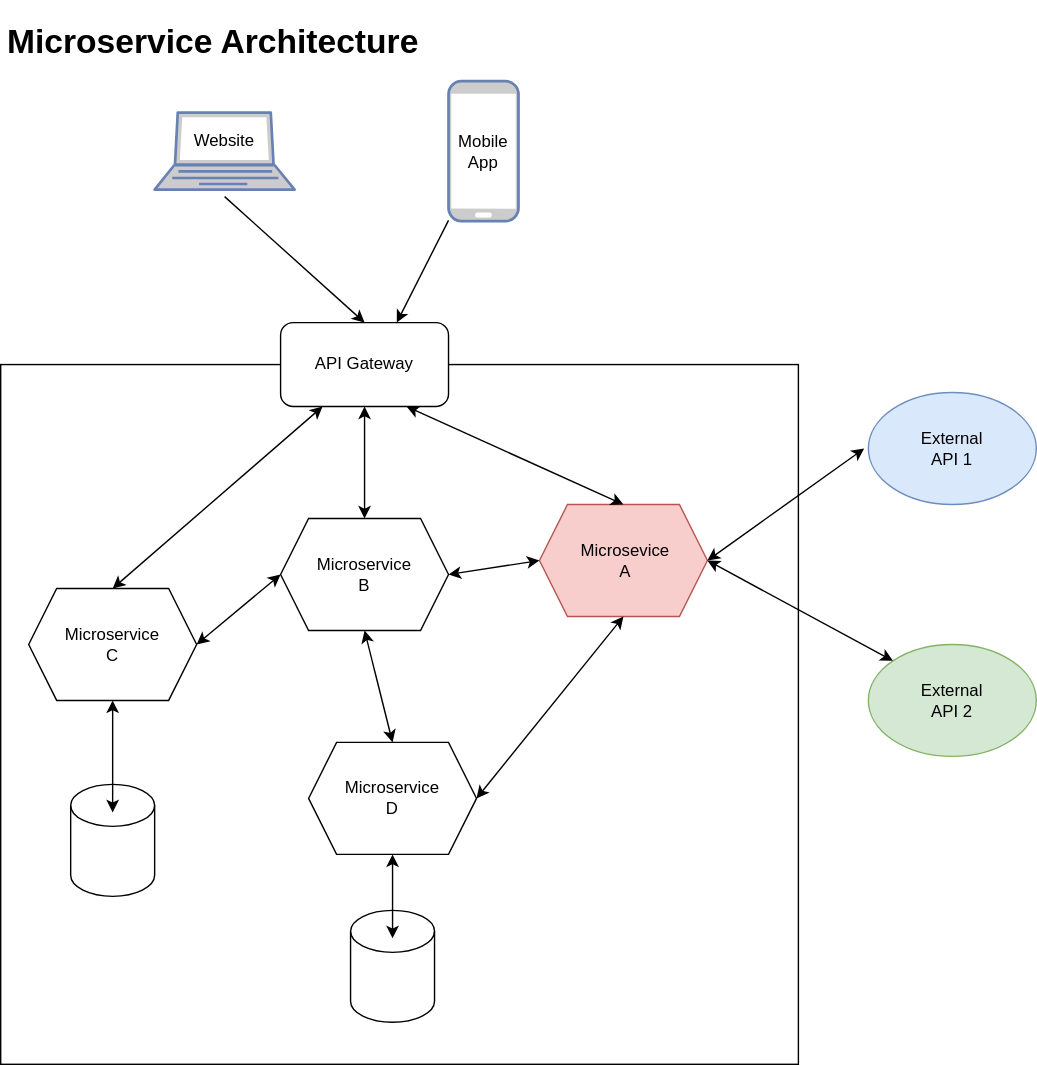
The draw.io diagram micro-arch.svg in sujith-apivista/wiremock-presentation, before a commit. Source tidied: cells renumbered, new cells last; positions are measured from the earlier drawing's top-left corner, leaving out a move shared by most shapes.
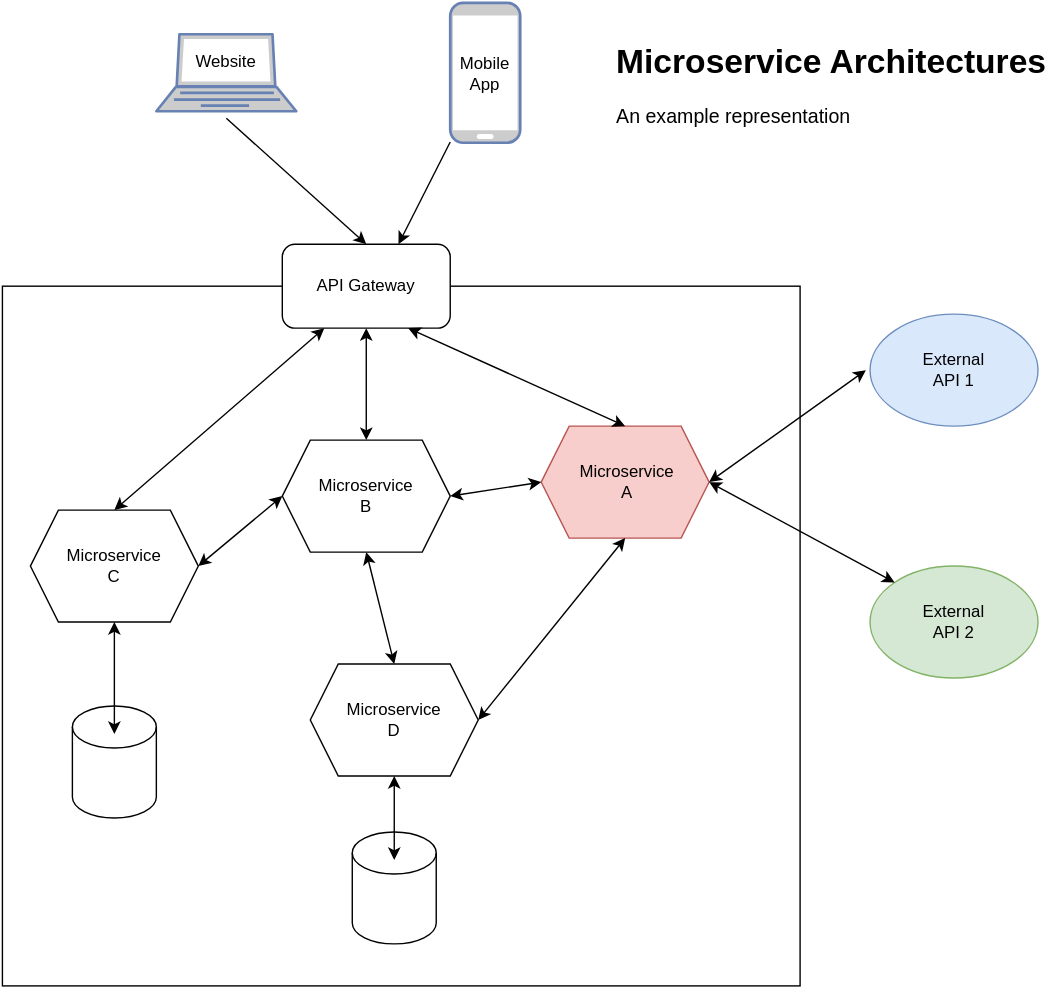
The same file after the commit.

Commit message:
Fix typo in diagram

What changed in the source:
```diff
@@ -52,7 +52,7 @@
     <mxCell id="17" value="API Gateway" style="text;html=1;strokeColor=none;fillColor=none;align=center;verticalAlign=middle;whiteSpace=wrap;rounded=0;" parent="1" vertex="1">
       <mxGeometry x="210" y="240" width="100" height="20" as="geometry" />
     </mxCell>
-    <mxCell id="18" value="Microsevice A" style="text;html=1;strokeColor=none;fillColor=none;align=center;verticalAlign=middle;whiteSpace=wrap;rounded=0;" parent="1" vertex="1">
+    <mxCell id="18" value="Microservice A" style="text;html=1;strokeColor=none;fillColor=none;align=center;verticalAlign=middle;whiteSpace=wrap;rounded=0;" parent="1" vertex="1">
       <mxGeometry x="419" y="380" width="55" height="20" as="geometry" />
     </mxCell>
     <mxCell id="19" value="Microservice B" style="text;html=1;strokeColor=none;fillColor=none;align=center;verticalAlign=middle;whiteSpace=wrap;rounded=0;" parent="1" vertex="1">
@@ -112,8 +112,8 @@
     <mxCell id="35" value="Mobile App" style="text;html=1;strokeColor=none;fillColor=none;align=center;verticalAlign=middle;whiteSpace=wrap;rounded=0;" parent="1" vertex="1">
       <mxGeometry x="325" y="87.5" width="40" height="20" as="geometry" />
     </mxCell>
-    <mxCell id="36" value="&lt;h1&gt;Microservice Architecture&lt;/h1&gt;&lt;p&gt;&lt;br&gt;&lt;/p&gt;" style="text;html=1;strokeColor=none;fillColor=none;spacing=5;spacingTop=-20;whiteSpace=wrap;overflow=hidden;rounded=0;" parent="1" vertex="1">
-      <mxGeometry width="550" height="40" as="geometry" />
+    <mxCell id="36" value="&lt;h1&gt;Microservice Architectures&lt;/h1&gt;&lt;p&gt;&lt;font style=&quot;font-size: 14px&quot;&gt;An example representation&lt;/font&gt;&lt;/p&gt;" style="text;html=1;strokeColor=none;fillColor=none;spacing=5;spacingTop=-20;whiteSpace=wrap;overflow=hidden;rounded=0;" parent="1" vertex="1">
+      <mxGeometry x="434" y="70" width="320" height="90" as="geometry" />
     </mxCell>
   </root>
 </mxGraphModel>
```
